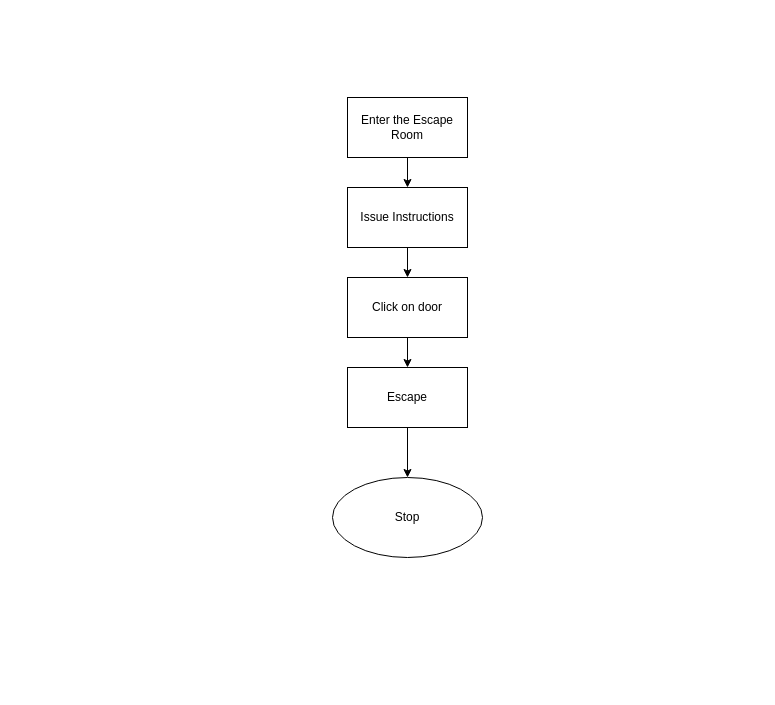
Before: Sprint 1.drawio in SchoolOfCode/escape-room-hackathon-team_4, a draw.io diagram. Source tidied: cells renumbered, new cells numbered last; positions are measured from the earlier drawing's top-left corner, leaving out a move shared by most shapes. Both pictures are drawn from the tidied source at 100%, with x=0, y=0 at pixel (332, 97).
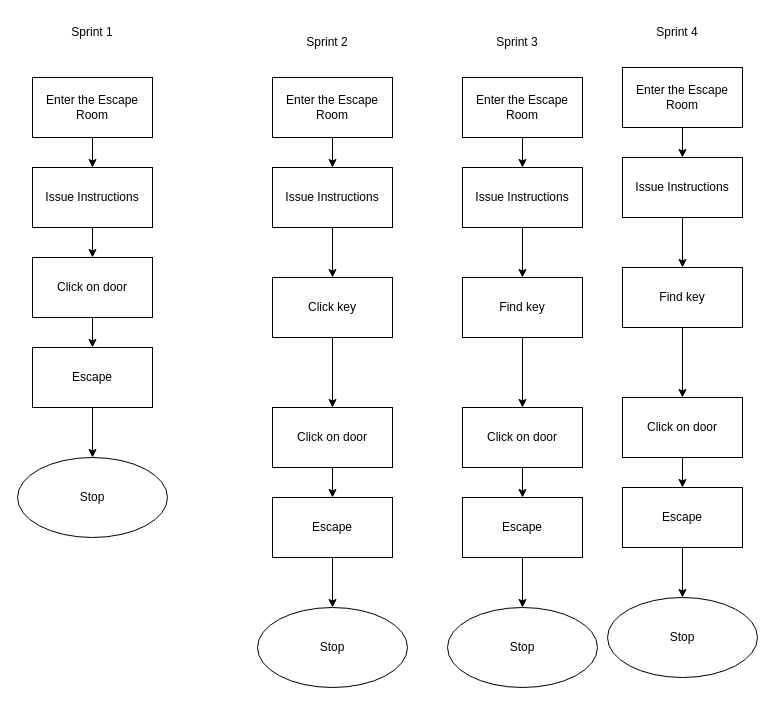
The same diagram, later.

Commit message:
sprint 2 and 3 completed

What changed in the source:
```diff
@@
-    <mxCell id="2" style="edgeStyle=none;html=1;entryX=0.5;entryY=0;entryDx=0;entryDy=0;" parent="1" edge="1" source="3" target="10">
-      <mxGeometry relative="1" as="geometry" />
-    </mxCell>
+    <mxCell id="11" style="edgeStyle=none;html=1;entryX=0.5;entryY=0;entryDx=0;entryDy=0;" parent="1" edge="1" source="12" target="19">
+      <mxGeometry relative="1" as="geometry" />
+    </mxCell>
+    <mxCell id="12" value="Enter the Escape Room" style="rounded=0;whiteSpace=wrap;html=1;" parent="1" vertex="1">
+      <mxGeometry x="-60" y="-20" width="120" height="60" as="geometry" />
+    </mxCell>
+    <mxCell id="13" style="edgeStyle=none;html=1;" parent="1" edge="1" source="14" target="16">
+      <mxGeometry relative="1" as="geometry" />
+    </mxCell>
+    <mxCell id="14" value="Click on door" style="rounded=0;whiteSpace=wrap;html=1;" parent="1" vertex="1">
+      <mxGeometry x="-60" y="310" width="120" height="60" as="geometry" />
+    </mxCell>
+    <mxCell id="15" style="edgeStyle=none;html=1;" parent="1" edge="1" source="16" target="17">
+      <mxGeometry relative="1" as="geometry" />
+    </mxCell>
+    <mxCell id="16" value="Escape" style="rounded=0;whiteSpace=wrap;html=1;" parent="1" vertex="1">
+      <mxGeometry x="-60" y="400" width="120" height="60" as="geometry" />
+    </mxCell>
+    <mxCell id="17" value="Stop" style="ellipse;whiteSpace=wrap;html=1;rounded=0;" parent="1" vertex="1">
+      <mxGeometry x="-75" y="510" width="150" height="80" as="geometry" />
+    </mxCell>
+    <mxCell id="18" style="edgeStyle=none;html=1;" parent="1" edge="1" source="19">
+      <mxGeometry relative="1" as="geometry">
+        <mxPoint y="180" as="targetPoint" />
+      </mxGeometry>
+    </mxCell>
+    <mxCell id="19" value="Issue Instructions" style="rounded=0;whiteSpace=wrap;html=1;" parent="1" vertex="1">
+      <mxGeometry x="-60" y="70" width="120" height="60" as="geometry" />
+    </mxCell>
+    <mxCell id="20" value="Sprint 2" style="text;strokeColor=none;align=center;fillColor=none;html=1;verticalAlign=middle;whiteSpace=wrap;rounded=0;" parent="1" vertex="1">
+      <mxGeometry x="-35" y="-70" width="60" height="30" as="geometry" />
+    </mxCell>
+    <mxCell id="21" style="group;" parent="1" vertex="1">
+      <mxGeometry x="-315" y="-80" width="150" height="520" as="geometry" />
+    </mxCell>
-    <mxCell id="3" value="Enter the Escape Room" style="rounded=0;whiteSpace=wrap;html=1;" parent="1" vertex="1">
-      <mxGeometry x="15" width="120" height="60" as="geometry" />
+    <mxCell id="3" value="Enter the Escape Room" style="rounded=0;whiteSpace=wrap;html=1;" parent="21" vertex="1">
+      <mxGeometry x="15" y="60" width="120" height="60" as="geometry" />
     </mxCell>
+    <mxCell id="5" value="Click on door" style="rounded=0;whiteSpace=wrap;html=1;" parent="21" vertex="1">
+      <mxGeometry x="15" y="240" width="120" height="60" as="geometry" />
+    </mxCell>
+    <mxCell id="7" value="Escape" style="rounded=0;whiteSpace=wrap;html=1;" parent="21" vertex="1">
+      <mxGeometry x="15" y="330" width="120" height="60" as="geometry" />
+    </mxCell>
-    <mxCell id="4" style="edgeStyle=none;html=1;" parent="1" edge="1" source="5" target="7">
+    <mxCell id="4" style="edgeStyle=none;html=1;" parent="21" edge="1" source="5" target="7">
       <mxGeometry relative="1" as="geometry" />
     </mxCell>
-    <mxCell id="5" value="Click on door" style="rounded=0;whiteSpace=wrap;html=1;" parent="1" vertex="1">
-      <mxGeometry x="15" y="180" width="120" height="60" as="geometry" />
-    </mxCell>
+    <mxCell id="8" value="Stop" style="ellipse;whiteSpace=wrap;html=1;rounded=0;" parent="21" vertex="1">
+      <mxGeometry y="440" width="150" height="80" as="geometry" />
+    </mxCell>
-    <mxCell id="6" style="edgeStyle=none;html=1;" parent="1" edge="1" source="7" target="8">
+    <mxCell id="6" style="edgeStyle=none;html=1;" parent="21" edge="1" source="7" target="8">
       <mxGeometry relative="1" as="geometry" />
     </mxCell>
-    <mxCell id="7" value="Escape" style="rounded=0;whiteSpace=wrap;html=1;" parent="1" vertex="1">
-      <mxGeometry x="15" y="270" width="120" height="60" as="geometry" />
-    </mxCell>
-    <mxCell id="8" value="Stop" style="ellipse;whiteSpace=wrap;html=1;rounded=0;" parent="1" vertex="1">
-      <mxGeometry y="380" width="150" height="80" as="geometry" />
-    </mxCell>
-    <mxCell id="9" style="edgeStyle=none;html=1;" parent="1" edge="1" source="10" target="5">
+    <mxCell id="9" style="edgeStyle=none;html=1;" parent="21" edge="1" source="10" target="5">
       <mxGeometry relative="1" as="geometry" />
     </mxCell>
-    <mxCell id="10" value="Issue Instructions" style="rounded=0;whiteSpace=wrap;html=1;" parent="1" vertex="1">
-      <mxGeometry x="15" y="90" width="120" height="60" as="geometry" />
+    <mxCell id="10" value="Issue Instructions" style="rounded=0;whiteSpace=wrap;html=1;" parent="21" vertex="1">
+      <mxGeometry x="15" y="150" width="120" height="60" as="geometry" />
     </mxCell>
+    <mxCell id="2" style="edgeStyle=none;html=1;entryX=0.5;entryY=0;entryDx=0;entryDy=0;" parent="21" edge="1" source="3" target="10">
+      <mxGeometry relative="1" as="geometry" />
+    </mxCell>
+    <mxCell id="22" value="Sprint 1" style="text;strokeColor=none;align=center;fillColor=none;html=1;verticalAlign=middle;whiteSpace=wrap;rounded=0;" parent="21" vertex="1">
+      <mxGeometry x="45" width="60" height="30" as="geometry" />
+    </mxCell>
+    <mxCell id="23" style="edgeStyle=none;html=1;" parent="1" edge="1" source="24" target="14">
+      <mxGeometry relative="1" as="geometry" />
+    </mxCell>
+    <mxCell id="24" value="Click key" style="rounded=0;whiteSpace=wrap;html=1;" parent="1" vertex="1">
+      <mxGeometry x="-60" y="180" width="120" height="60" as="geometry" />
+    </mxCell>
+    <mxCell id="25" style="edgeStyle=none;html=1;entryX=0.5;entryY=0;entryDx=0;entryDy=0;" parent="1" edge="1" source="26" target="33">
+      <mxGeometry relative="1" as="geometry" />
+    </mxCell>
+    <mxCell id="26" value="Enter the Escape Room" style="rounded=0;whiteSpace=wrap;html=1;" parent="1" vertex="1">
+      <mxGeometry x="130" y="-20" width="120" height="60" as="geometry" />
+    </mxCell>
+    <mxCell id="27" style="edgeStyle=none;html=1;" parent="1" edge="1" source="28" target="30">
+      <mxGeometry relative="1" as="geometry" />
+    </mxCell>
+    <mxCell id="28" value="Click on door" style="rounded=0;whiteSpace=wrap;html=1;" parent="1" vertex="1">
+      <mxGeometry x="130" y="310" width="120" height="60" as="geometry" />
+    </mxCell>
+    <mxCell id="29" style="edgeStyle=none;html=1;" parent="1" edge="1" source="30" target="31">
+      <mxGeometry relative="1" as="geometry" />
+    </mxCell>
+    <mxCell id="30" value="Escape" style="rounded=0;whiteSpace=wrap;html=1;" parent="1" vertex="1">
+      <mxGeometry x="130" y="400" width="120" height="60" as="geometry" />
+    </mxCell>
+    <mxCell id="31" value="Stop" style="ellipse;whiteSpace=wrap;html=1;rounded=0;" parent="1" vertex="1">
+      <mxGeometry x="115" y="510" width="150" height="80" as="geometry" />
+    </mxCell>
+    <mxCell id="32" style="edgeStyle=none;html=1;" parent="1" edge="1" source="33">
+      <mxGeometry relative="1" as="geometry">
+        <mxPoint x="190" y="180" as="targetPoint" />
+      </mxGeometry>
+    </mxCell>
+    <mxCell id="33" value="Issue Instructions" style="rounded=0;whiteSpace=wrap;html=1;" parent="1" vertex="1">
+      <mxGeometry x="130" y="70" width="120" height="60" as="geometry" />
+    </mxCell>
+    <mxCell id="34" value="Sprint 3" style="text;strokeColor=none;align=center;fillColor=none;html=1;verticalAlign=middle;whiteSpace=wrap;rounded=0;" parent="1" vertex="1">
+      <mxGeometry x="155" y="-70" width="60" height="30" as="geometry" />
+    </mxCell>
+    <mxCell id="35" style="edgeStyle=none;html=1;" parent="1" edge="1" source="36" target="28">
+      <mxGeometry relative="1" as="geometry" />
+    </mxCell>
+    <mxCell id="36" value="Find key" style="rounded=0;whiteSpace=wrap;html=1;" parent="1" vertex="1">
+      <mxGeometry x="130" y="180" width="120" height="60" as="geometry" />
+    </mxCell>
+    <mxCell id="37" style="edgeStyle=none;html=1;entryX=0.5;entryY=0;entryDx=0;entryDy=0;" parent="1" edge="1" source="38" target="45">
+      <mxGeometry relative="1" as="geometry" />
+    </mxCell>
+    <mxCell id="38" value="Enter the Escape Room" style="rounded=0;whiteSpace=wrap;html=1;" parent="1" vertex="1">
+      <mxGeometry x="290" y="-30" width="120" height="60" as="geometry" />
+    </mxCell>
+    <mxCell id="39" style="edgeStyle=none;html=1;" parent="1" edge="1" source="40" target="42">
+      <mxGeometry relative="1" as="geometry" />
+    </mxCell>
+    <mxCell id="40" value="Click on door" style="rounded=0;whiteSpace=wrap;html=1;" parent="1" vertex="1">
+      <mxGeometry x="290" y="300" width="120" height="60" as="geometry" />
+    </mxCell>
+    <mxCell id="41" style="edgeStyle=none;html=1;" parent="1" edge="1" source="42" target="43">
+      <mxGeometry relative="1" as="geometry" />
+    </mxCell>
+    <mxCell id="42" value="Escape" style="rounded=0;whiteSpace=wrap;html=1;" parent="1" vertex="1">
+      <mxGeometry x="290" y="390" width="120" height="60" as="geometry" />
+    </mxCell>
+    <mxCell id="43" value="Stop" style="ellipse;whiteSpace=wrap;html=1;rounded=0;" parent="1" vertex="1">
+      <mxGeometry x="275" y="500" width="150" height="80" as="geometry" />
+    </mxCell>
+    <mxCell id="44" style="edgeStyle=none;html=1;" parent="1" edge="1" source="45">
+      <mxGeometry relative="1" as="geometry">
+        <mxPoint x="350" y="170" as="targetPoint" />
+      </mxGeometry>
+    </mxCell>
+    <mxCell id="45" value="Issue Instructions" style="rounded=0;whiteSpace=wrap;html=1;" parent="1" vertex="1">
+      <mxGeometry x="290" y="60" width="120" height="60" as="geometry" />
+    </mxCell>
+    <mxCell id="46" value="Sprint 4" style="text;strokeColor=none;align=center;fillColor=none;html=1;verticalAlign=middle;whiteSpace=wrap;rounded=0;" parent="1" vertex="1">
+      <mxGeometry x="315" y="-80" width="60" height="30" as="geometry" />
+    </mxCell>
+    <mxCell id="47" style="edgeStyle=none;html=1;" parent="1" edge="1" source="48" target="40">
+      <mxGeometry relative="1" as="geometry" />
+    </mxCell>
+    <mxCell id="48" value="Find key" style="rounded=0;whiteSpace=wrap;html=1;" parent="1" vertex="1">
+      <mxGeometry x="290" y="170" width="120" height="60" as="geometry" />
+    </mxCell>
```
